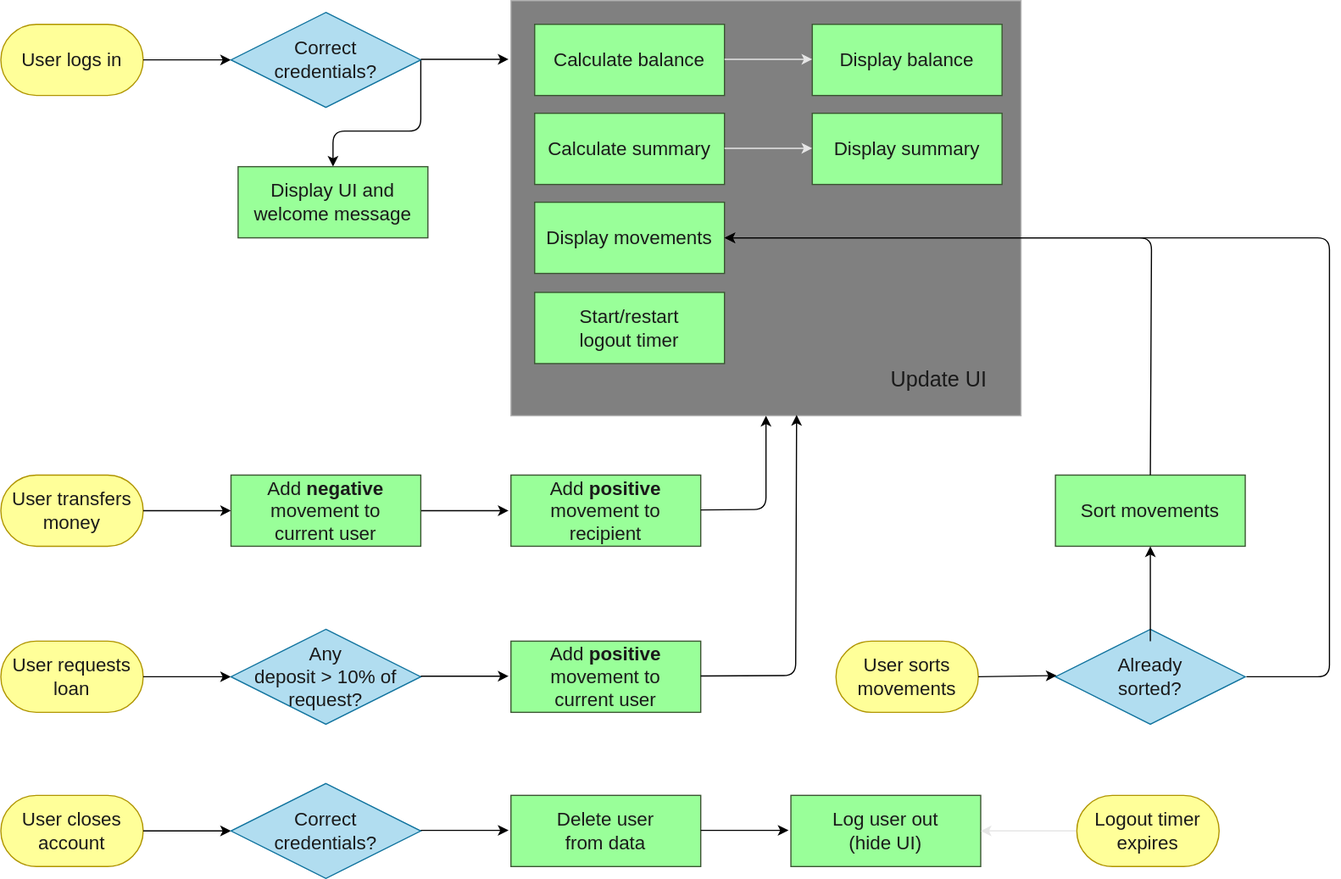
The draw.io diagram flowchart.drawio.svg in phieraditya/online-banking, before a commit. Source tidied: cells renumbered, new cells last; positions are measured from the earlier drawing's top-left corner, leaving out a move shared by most shapes.
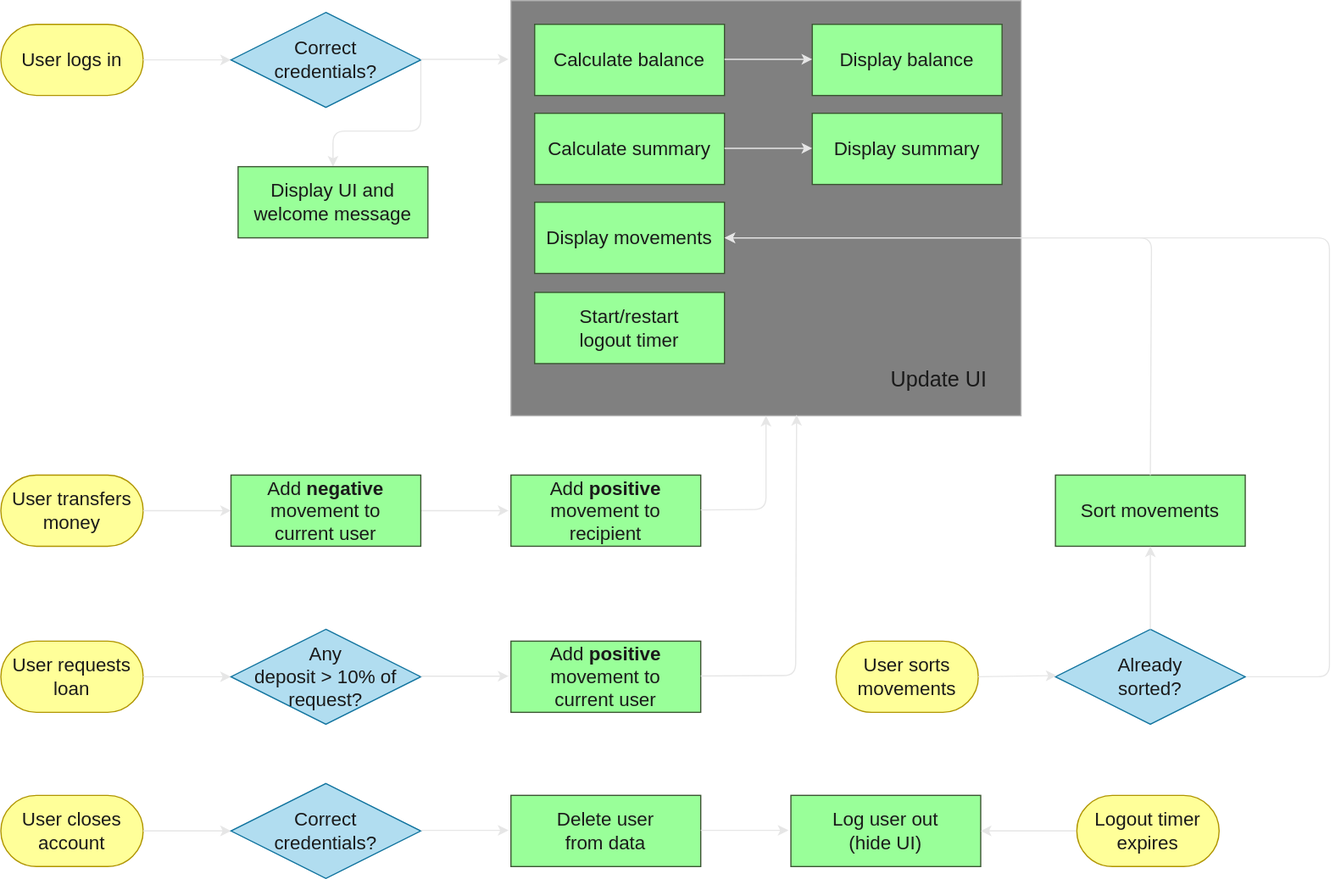
After the commit.

Diff of the diagram source:
```diff
@@ -5,13 +5,13 @@
     <mxCell id="2" value="&lt;font style=&quot;font-size: 16px&quot;&gt;User logs in&lt;/font&gt;" style="rounded=1;whiteSpace=wrap;html=1;arcSize=50;strokeColor=#B09500;fillColor=#FFFF99;fontColor=#1A1A1A;" parent="1" vertex="1">
       <mxGeometry y="20" width="120" height="60" as="geometry" />
     </mxCell>
-    <mxCell id="3" style="edgeStyle=none;html=1;exitX=1;exitY=0.5;exitDx=0;exitDy=0;entryX=0;entryY=0.5;entryDx=0;entryDy=0;fontSize=16;fontColor=#1A1A1A;" parent="1" edge="1">
+    <mxCell id="3" style="edgeStyle=none;html=1;exitX=1;exitY=0.5;exitDx=0;exitDy=0;entryX=0;entryY=0.5;entryDx=0;entryDy=0;fontSize=16;fontColor=#1A1A1A;strokeColor=#E6E6E6;" parent="1" edge="1">
       <mxGeometry relative="1" as="geometry">
         <mxPoint x="120" y="50" as="sourcePoint" />
         <mxPoint x="194" y="50" as="targetPoint" />
       </mxGeometry>
     </mxCell>
-    <mxCell id="4" style="edgeStyle=none;html=1;exitX=1;exitY=0.5;exitDx=0;exitDy=0;entryX=0.5;entryY=0;entryDx=0;entryDy=0;" parent="1" edge="1" source="5" target="20">
+    <mxCell id="4" style="edgeStyle=none;html=1;exitX=1;exitY=0.5;exitDx=0;exitDy=0;entryX=0.5;entryY=0;entryDx=0;entryDy=0;strokeColor=#E6E6E6;" parent="1" edge="1" source="5" target="20">
       <mxGeometry relative="1" as="geometry">
         <Array as="points">
           <mxPoint x="354" y="110" />
@@ -25,12 +25,12 @@
     <mxCell id="6" value="&lt;font style=&quot;font-size: 16px&quot;&gt;User transfers money&lt;/font&gt;" style="rounded=1;whiteSpace=wrap;html=1;arcSize=50;strokeColor=#B09500;fillColor=#FFFF99;fontColor=#1A1A1A;" parent="1" vertex="1">
       <mxGeometry y="400" width="120" height="60" as="geometry" />
     </mxCell>
-    <mxCell id="7" style="edgeStyle=none;html=1;exitX=1;exitY=0.5;exitDx=0;exitDy=0;entryX=0;entryY=0.5;entryDx=0;entryDy=0;fontSize=16;fontColor=#1A1A1A;" parent="1" edge="1" target="9">
+    <mxCell id="7" style="edgeStyle=none;html=1;exitX=1;exitY=0.5;exitDx=0;exitDy=0;entryX=0;entryY=0.5;entryDx=0;entryDy=0;fontSize=16;fontColor=#1A1A1A;strokeColor=#E6E6E6;" parent="1" edge="1" target="9">
       <mxGeometry relative="1" as="geometry">
         <mxPoint x="120" y="430" as="sourcePoint" />
       </mxGeometry>
     </mxCell>
-    <mxCell id="8" style="edgeStyle=none;html=1;exitX=1;exitY=0.5;exitDx=0;exitDy=0;entryX=0;entryY=0.5;entryDx=0;entryDy=0;fontSize=16;fontColor=#1A1A1A;" parent="1" edge="1" source="9">
+    <mxCell id="8" style="edgeStyle=none;html=1;exitX=1;exitY=0.5;exitDx=0;exitDy=0;entryX=0;entryY=0.5;entryDx=0;entryDy=0;fontSize=16;fontColor=#1A1A1A;strokeColor=#E6E6E6;" parent="1" edge="1" source="9">
       <mxGeometry relative="1" as="geometry">
         <mxPoint x="428" y="430" as="targetPoint" />
       </mxGeometry>
@@ -38,7 +38,7 @@
     <mxCell id="9" value="Add &lt;b&gt;negative&lt;/b&gt; movement to &lt;br&gt;current user" style="rounded=0;whiteSpace=wrap;html=1;fontSize=16;strokeColor=#3A5431;fillColor=#99FF99;fontColor=#1A1A1A;" parent="1" vertex="1">
       <mxGeometry x="194" y="400" width="160" height="60" as="geometry" />
     </mxCell>
-    <mxCell id="10" style="edgeStyle=none;html=1;exitX=1;exitY=0.5;exitDx=0;exitDy=0;entryX=0;entryY=0.5;entryDx=0;entryDy=0;fontSize=16;fontColor=#1A1A1A;" parent="1" edge="1">
+    <mxCell id="10" style="edgeStyle=none;html=1;exitX=1;exitY=0.5;exitDx=0;exitDy=0;entryX=0;entryY=0.5;entryDx=0;entryDy=0;fontSize=16;fontColor=#1A1A1A;strokeColor=#E6E6E6;" parent="1" edge="1">
       <mxGeometry relative="1" as="geometry">
         <mxPoint x="354" y="49.5" as="sourcePoint" />
         <mxPoint x="428" y="49.5" as="targetPoint" />
@@ -47,7 +47,7 @@
     <mxCell id="11" value="&lt;font style=&quot;font-size: 16px&quot;&gt;User requests loan&lt;/font&gt;" style="rounded=1;whiteSpace=wrap;html=1;arcSize=50;strokeColor=#B09500;fillColor=#FFFF99;fontColor=#1A1A1A;" parent="1" vertex="1">
       <mxGeometry y="540" width="120" height="60" as="geometry" />
     </mxCell>
-    <mxCell id="12" style="edgeStyle=none;html=1;exitX=1;exitY=0.5;exitDx=0;exitDy=0;entryX=0;entryY=0.5;entryDx=0;entryDy=0;fontSize=16;fontColor=#1A1A1A;" parent="1" edge="1">
+    <mxCell id="12" style="edgeStyle=none;html=1;exitX=1;exitY=0.5;exitDx=0;exitDy=0;entryX=0;entryY=0.5;entryDx=0;entryDy=0;fontSize=16;fontColor=#1A1A1A;strokeColor=#E6E6E6;" parent="1" edge="1">
       <mxGeometry relative="1" as="geometry">
         <mxPoint x="120" y="570" as="sourcePoint" />
         <mxPoint x="194" y="570" as="targetPoint" />
@@ -56,7 +56,7 @@
     <mxCell id="13" value="&lt;font color=&quot;#1a1a1a&quot;&gt;Any &lt;br&gt;deposit &amp;gt; 10% of request?&lt;/font&gt;" style="rhombus;whiteSpace=wrap;html=1;fontSize=16;fillColor=#b1ddf0;strokeColor=#10739e;" parent="1" vertex="1">
       <mxGeometry x="194" y="530" width="160" height="80" as="geometry" />
     </mxCell>
-    <mxCell id="14" style="edgeStyle=none;html=1;exitX=1;exitY=0.5;exitDx=0;exitDy=0;entryX=0;entryY=0.5;entryDx=0;entryDy=0;fontSize=16;fontColor=#1A1A1A;" parent="1" edge="1">
+    <mxCell id="14" style="edgeStyle=none;html=1;exitX=1;exitY=0.5;exitDx=0;exitDy=0;entryX=0;entryY=0.5;entryDx=0;entryDy=0;fontSize=16;fontColor=#1A1A1A;strokeColor=#E6E6E6;" parent="1" edge="1">
       <mxGeometry relative="1" as="geometry">
         <mxPoint x="354" y="569.5" as="sourcePoint" />
         <mxPoint x="428" y="569.5" as="targetPoint" />
@@ -65,7 +65,7 @@
     <mxCell id="15" value="&lt;font style=&quot;font-size: 16px&quot;&gt;User closes account&lt;/font&gt;" style="rounded=1;whiteSpace=wrap;html=1;arcSize=50;strokeColor=#B09500;fillColor=#FFFF99;fontColor=#1A1A1A;" parent="1" vertex="1">
       <mxGeometry y="670" width="120" height="60" as="geometry" />
     </mxCell>
-    <mxCell id="16" style="edgeStyle=none;html=1;exitX=1;exitY=0.5;exitDx=0;exitDy=0;entryX=0;entryY=0.5;entryDx=0;entryDy=0;fontSize=16;fontColor=#1A1A1A;" parent="1" edge="1">
+    <mxCell id="16" style="edgeStyle=none;html=1;exitX=1;exitY=0.5;exitDx=0;exitDy=0;entryX=0;entryY=0.5;entryDx=0;entryDy=0;fontSize=16;fontColor=#1A1A1A;strokeColor=#E6E6E6;" parent="1" edge="1">
       <mxGeometry relative="1" as="geometry">
         <mxPoint x="120" y="700" as="sourcePoint" />
         <mxPoint x="194" y="700" as="targetPoint" />
@@ -74,7 +74,7 @@
     <mxCell id="17" value="&lt;font color=&quot;#1a1a1a&quot;&gt;Correct&lt;br&gt;credentials?&lt;/font&gt;" style="rhombus;whiteSpace=wrap;html=1;fontSize=16;fillColor=#b1ddf0;strokeColor=#10739e;" parent="1" vertex="1">
       <mxGeometry x="194" y="660" width="160" height="80" as="geometry" />
     </mxCell>
-    <mxCell id="18" style="edgeStyle=none;html=1;exitX=1;exitY=0.5;exitDx=0;exitDy=0;entryX=0;entryY=0.5;entryDx=0;entryDy=0;fontSize=16;fontColor=#1A1A1A;" parent="1" edge="1">
+    <mxCell id="18" style="edgeStyle=none;html=1;exitX=1;exitY=0.5;exitDx=0;exitDy=0;entryX=0;entryY=0.5;entryDx=0;entryDy=0;fontSize=16;fontColor=#1A1A1A;strokeColor=#E6E6E6;" parent="1" edge="1">
       <mxGeometry relative="1" as="geometry">
         <mxPoint x="354" y="699.5" as="sourcePoint" />
         <mxPoint x="428" y="699.5" as="targetPoint" />
@@ -140,7 +140,7 @@
         <mxPoint x="684" y="124.5" as="targetPoint" />
       </mxGeometry>
     </mxCell>
-    <mxCell id="37" style="edgeStyle=none;html=1;exitX=1;exitY=0.5;exitDx=0;exitDy=0;entryX=0;entryY=0.5;entryDx=0;entryDy=0;fontSize=16;fontColor=#1A1A1A;" parent="1" edge="1">
+    <mxCell id="37" style="edgeStyle=none;html=1;exitX=1;exitY=0.5;exitDx=0;exitDy=0;entryX=0;entryY=0.5;entryDx=0;entryDy=0;fontSize=16;fontColor=#1A1A1A;strokeColor=#E6E6E6;" parent="1" edge="1">
       <mxGeometry relative="1" as="geometry">
         <mxPoint x="590" y="699.5" as="sourcePoint" />
         <mxPoint x="664" y="699.5" as="targetPoint" />
@@ -161,7 +161,7 @@
     <mxCell id="41" value="&lt;font style=&quot;font-size: 16px&quot;&gt;User sorts movements&lt;/font&gt;" style="rounded=1;whiteSpace=wrap;html=1;arcSize=50;strokeColor=#B09500;fillColor=#FFFF99;fontColor=#1A1A1A;" parent="1" vertex="1">
       <mxGeometry x="704" y="540" width="120" height="60" as="geometry" />
     </mxCell>
-    <mxCell id="42" style="edgeStyle=none;html=1;exitX=1;exitY=0.5;exitDx=0;exitDy=0;entryX=0.5;entryY=1;entryDx=0;entryDy=0;fontSize=16;fontColor=#1A1A1A;" parent="1" edge="1" target="27">
+    <mxCell id="42" style="edgeStyle=none;html=1;exitX=1;exitY=0.5;exitDx=0;exitDy=0;entryX=0.5;entryY=1;entryDx=0;entryDy=0;fontSize=16;fontColor=#1A1A1A;strokeColor=#E6E6E6;" parent="1" edge="1" target="27">
       <mxGeometry relative="1" as="geometry">
         <mxPoint x="590" y="429.4" as="sourcePoint" />
         <Array as="points">
@@ -169,7 +169,7 @@
         </Array>
       </mxGeometry>
     </mxCell>
-    <mxCell id="43" style="edgeStyle=none;html=1;exitX=1;exitY=0.5;exitDx=0;exitDy=0;fontSize=16;fontColor=#1A1A1A;entryX=0.56;entryY=0.998;entryDx=0;entryDy=0;entryPerimeter=0;" parent="1" edge="1" target="27">
+    <mxCell id="43" style="edgeStyle=none;html=1;exitX=1;exitY=0.5;exitDx=0;exitDy=0;fontSize=16;fontColor=#1A1A1A;entryX=0.56;entryY=0.998;entryDx=0;entryDy=0;entryPerimeter=0;strokeColor=#E6E6E6;" parent="1" edge="1" target="27">
       <mxGeometry relative="1" as="geometry">
         <mxPoint x="590" y="569.4" as="sourcePoint" />
         <Array as="points">
@@ -183,14 +183,14 @@
     <mxCell id="45" value="&lt;font color=&quot;#1a1a1a&quot;&gt;Already &lt;br&gt;sorted?&lt;/font&gt;" style="rhombus;whiteSpace=wrap;html=1;fontSize=16;fillColor=#b1ddf0;strokeColor=#10739e;" parent="1" vertex="1">
       <mxGeometry x="889" y="530" width="160" height="80" as="geometry" />
     </mxCell>
-    <mxCell id="46" style="edgeStyle=none;html=1;exitX=1;exitY=0.5;exitDx=0;exitDy=0;fontSize=16;fontColor=#1A1A1A;" parent="1" edge="1" source="41">
+    <mxCell id="46" style="edgeStyle=none;html=1;exitX=1;exitY=0.5;exitDx=0;exitDy=0;fontSize=16;fontColor=#1A1A1A;strokeColor=#E6E6E6;" parent="1" edge="1" source="41">
       <mxGeometry relative="1" as="geometry">
         <mxPoint x="890" y="569" as="targetPoint" />
       </mxGeometry>
     </mxCell>
-    <mxCell id="47" style="edgeStyle=none;html=1;fontSize=16;fontColor=#1A1A1A;entryX=0.5;entryY=1;entryDx=0;entryDy=0;" parent="1" edge="1" target="44">
+    <mxCell id="47" style="edgeStyle=none;html=1;fontSize=16;fontColor=#1A1A1A;entryX=0.5;entryY=1;entryDx=0;entryDy=0;strokeColor=#E6E6E6;" parent="1" edge="1" target="44">
       <mxGeometry relative="1" as="geometry">
-        <mxPoint x="969" y="540" as="sourcePoint" />
+        <mxPoint x="969" y="530" as="sourcePoint" />
       </mxGeometry>
     </mxCell>
     <mxCell id="48" value="No" style="text;html=1;align=center;verticalAlign=middle;whiteSpace=wrap;rounded=0;fontSize=14;fontColor=#FFFFFF;" parent="1" vertex="1">
@@ -199,14 +199,14 @@
     <mxCell id="49" value="Yes" style="text;html=1;align=center;verticalAlign=middle;whiteSpace=wrap;rounded=0;fontSize=14;fontColor=#FFFFFF;" parent="1" vertex="1">
       <mxGeometry x="1060" y="544" width="40" height="20" as="geometry" />
     </mxCell>
-    <mxCell id="50" style="edgeStyle=none;html=1;exitX=0.5;exitY=0;exitDx=0;exitDy=0;fontSize=16;fontColor=#1A1A1A;entryX=1;entryY=0.5;entryDx=0;entryDy=0;" parent="1" edge="1" source="44" target="31">
+    <mxCell id="50" style="edgeStyle=none;html=1;exitX=0.5;exitY=0;exitDx=0;exitDy=0;fontSize=16;fontColor=#1A1A1A;entryX=1;entryY=0.5;entryDx=0;entryDy=0;strokeColor=#E6E6E6;" parent="1" edge="1" source="44" target="31">
       <mxGeometry relative="1" as="geometry">
         <Array as="points">
           <mxPoint x="970" y="200" />
         </Array>
       </mxGeometry>
     </mxCell>
-    <mxCell id="51" style="edgeStyle=none;html=1;fontSize=16;fontColor=#1A1A1A;" parent="1" edge="1">
+    <mxCell id="51" style="edgeStyle=none;html=1;fontSize=16;fontColor=#1A1A1A;strokeColor=#E6E6E6;" parent="1" edge="1">
       <mxGeometry relative="1" as="geometry">
         <mxPoint x="1050" y="570" as="sourcePoint" />
         <mxPoint x="610" y="200" as="targetPoint" />
```
